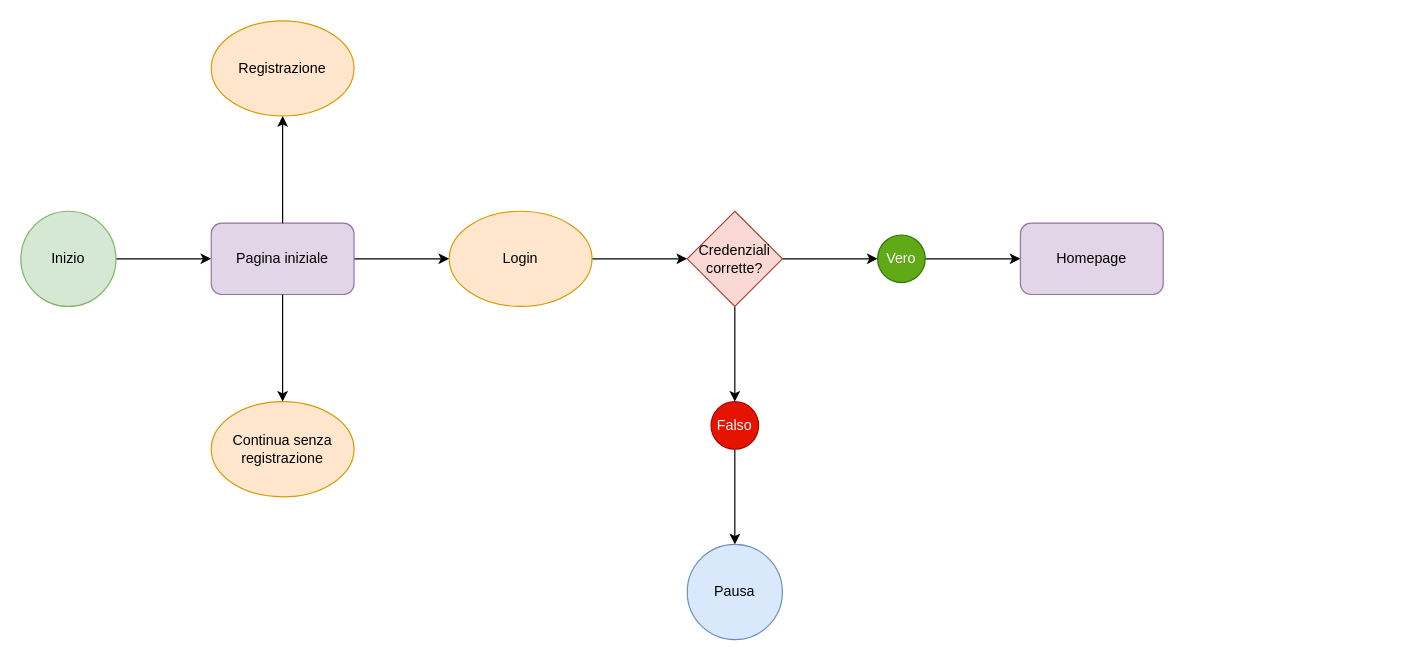
Earlier version of the draw.io diagram NuovoUserFlow.drawio (LucaBarbolini/Prova1). Source tidied: cells renumbered, new cells numbered last; positions are measured from the earlier drawing's top-left corner, leaving out a move shared by most shapes. Both pictures are drawn from the tidied source at 119%, with x=0, y=0 at pixel (20, 20).
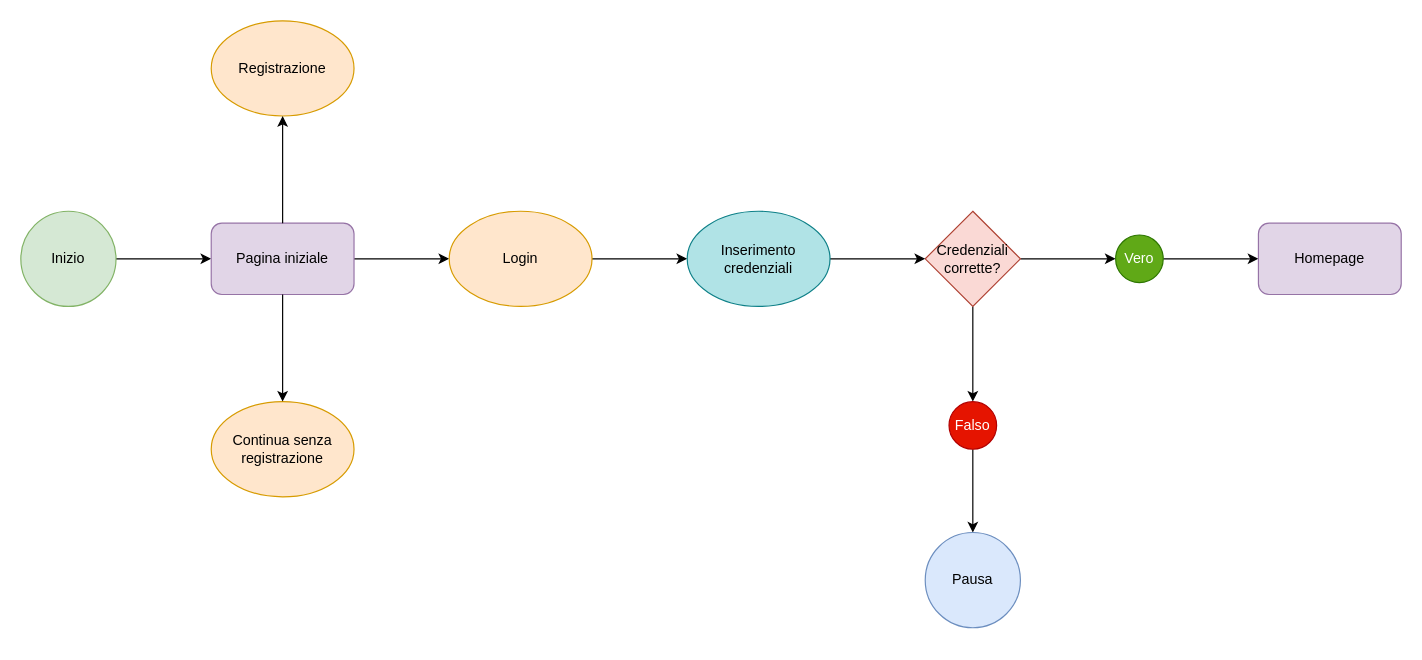
The same page after the edit.

The change refers to these unchanged cells:
```xml
<mxCell id="8" value="Login" style="ellipse;whiteSpace=wrap;html=1;fillColor=#ffe6cc;strokeColor=#d79b00;" parent="1" vertex="1">
  <mxGeometry x="360" y="160" width="120" height="80" as="geometry" />
</mxCell>
```

Diff of the diagram source:
```diff
@@
-    <mxCell id="7" style="edgeStyle=orthogonalEdgeStyle;rounded=0;jettySize=auto;html=1;exitX=1;exitY=0.5;exitDx=0;exitDy=0;entryX=0;entryY=0.5;entryDx=0;entryDy=0;" parent="1" edge="1" source="8" target="14">
+    <mxCell id="7" style="edgeStyle=orthogonalEdgeStyle;rounded=0;jettySize=auto;html=1;exitX=1;exitY=0.5;exitDx=0;exitDy=0;entryX=0;entryY=0.5;entryDx=0;entryDy=0;" parent="1" edge="1" source="8" target="22">
       <mxGeometry relative="1" as="geometry" />
     </mxCell>
@@
-    <mxCell id="13" style="edgeStyle=orthogonalEdgeStyle;rounded=0;jettySize=auto;html=1;exitX=0.5;exitY=1;exitDx=0;exitDy=0;" parent="1" edge="1" source="14">
-      <mxGeometry relative="1" as="geometry">
-        <mxPoint x="600" y="320" as="targetPoint" />
-      </mxGeometry>
+    <mxCell id="13" style="edgeStyle=orthogonalEdgeStyle;rounded=0;jettySize=auto;html=1;exitX=0.5;exitY=1;exitDx=0;exitDy=0;entryX=0.5;entryY=0;entryDx=0;entryDy=0;" parent="1" edge="1" source="14" target="18">
+      <mxGeometry relative="1" as="geometry" />
     </mxCell>
     <mxCell id="14" value="Credenziali corrette?" style="rhombus;whiteSpace=wrap;html=1;fillColor=#fad9d5;strokeColor=#ae4132;" parent="1" vertex="1">
-      <mxGeometry x="560" y="160" width="80" height="80" as="geometry" />
+      <mxGeometry x="760" y="160" width="80" height="80" as="geometry" />
     </mxCell>
@@
     <mxCell id="16" value="Vero" style="ellipse;whiteSpace=wrap;html=1;fillColor=#60a917;fontColor=#ffffff;strokeColor=#2D7600;" parent="1" vertex="1">
-      <mxGeometry x="720" y="180" width="40" height="40" as="geometry" />
+      <mxGeometry x="920" y="180" width="40" height="40" as="geometry" />
     </mxCell>
@@
     <mxCell id="18" value="Falso" style="ellipse;whiteSpace=wrap;html=1;fillColor=#e51400;fontColor=#ffffff;strokeColor=#B20000;" parent="1" vertex="1">
-      <mxGeometry x="580" y="320" width="40" height="40" as="geometry" />
+      <mxGeometry x="780" y="320" width="40" height="40" as="geometry" />
     </mxCell>
     <mxCell id="19" value="Pausa" style="ellipse;whiteSpace=wrap;html=1;fillColor=#dae8fc;strokeColor=#6c8ebf;" parent="1" vertex="1">
-      <mxGeometry x="560" y="440" width="80" height="80" as="geometry" />
+      <mxGeometry x="760" y="430" width="80" height="80" as="geometry" />
     </mxCell>
     <mxCell id="20" value="Homepage" style="rounded=1;whiteSpace=wrap;html=1;fillColor=#e1d5e7;strokeColor=#9673a6;" parent="1" vertex="1">
-      <mxGeometry x="840" y="170" width="120" height="60" as="geometry" />
+      <mxGeometry x="1040" y="170" width="120" height="60" as="geometry" />
     </mxCell>
+    <mxCell id="21" style="edgeStyle=orthogonalEdgeStyle;rounded=0;jettySize=auto;html=1;exitX=1;exitY=0.5;exitDx=0;exitDy=0;entryX=0;entryY=0.5;entryDx=0;entryDy=0;" parent="1" edge="1" source="22" target="14">
+      <mxGeometry relative="1" as="geometry" />
+    </mxCell>
+    <mxCell id="22" value="Inserimento credenziali" style="ellipse;whiteSpace=wrap;html=1;fillColor=#b0e3e6;strokeColor=#0e8088;" parent="1" vertex="1">
+      <mxGeometry x="560" y="160" width="120" height="80" as="geometry" />
+    </mxCell>
```
